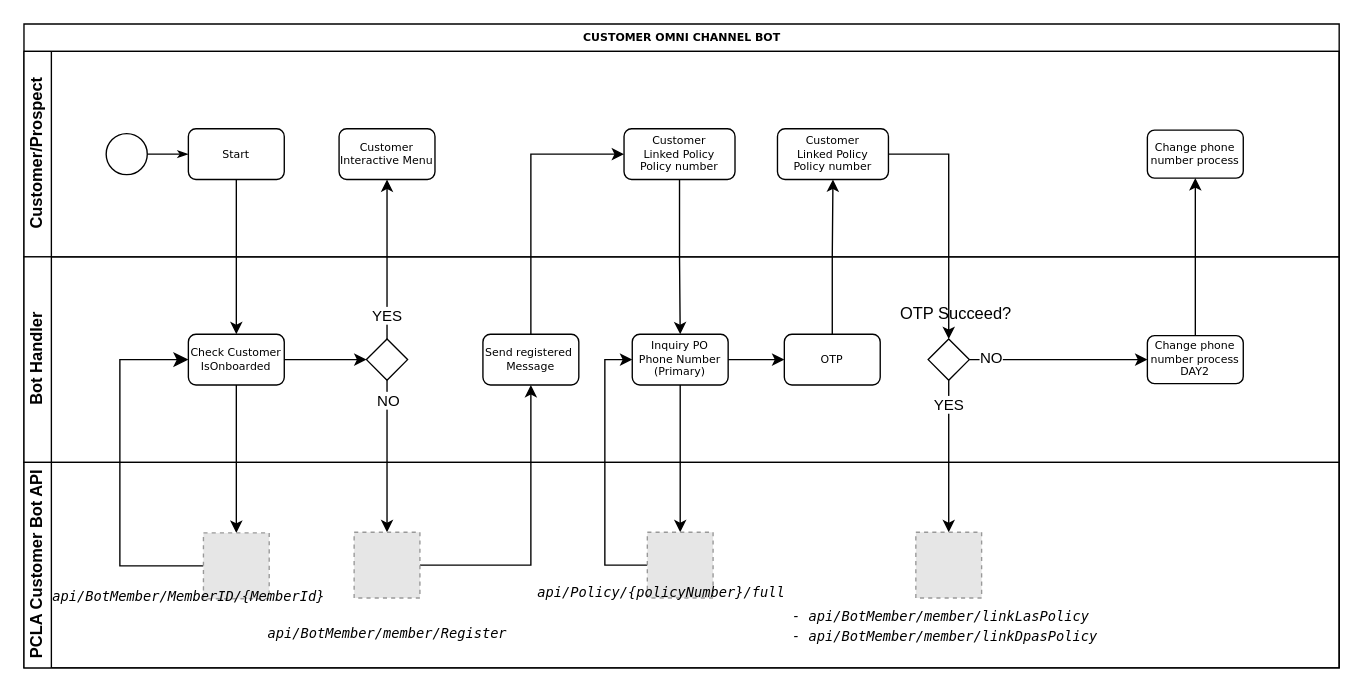
sovanminea/pru keeps this draw.io diagram as Customer Omni Channel Bot.drawio. Above is the earlier version. Source tidied: cells renumbered, new cells numbered last; positions are measured from the earlier drawing's top-left corner, leaving out a move shared by most shapes. Both pictures are drawn from the tidied source at 137%, with x=0, y=0 at pixel (23, 23). Pictures stored in the file or linked from it are replaced by grey dashed boxes.
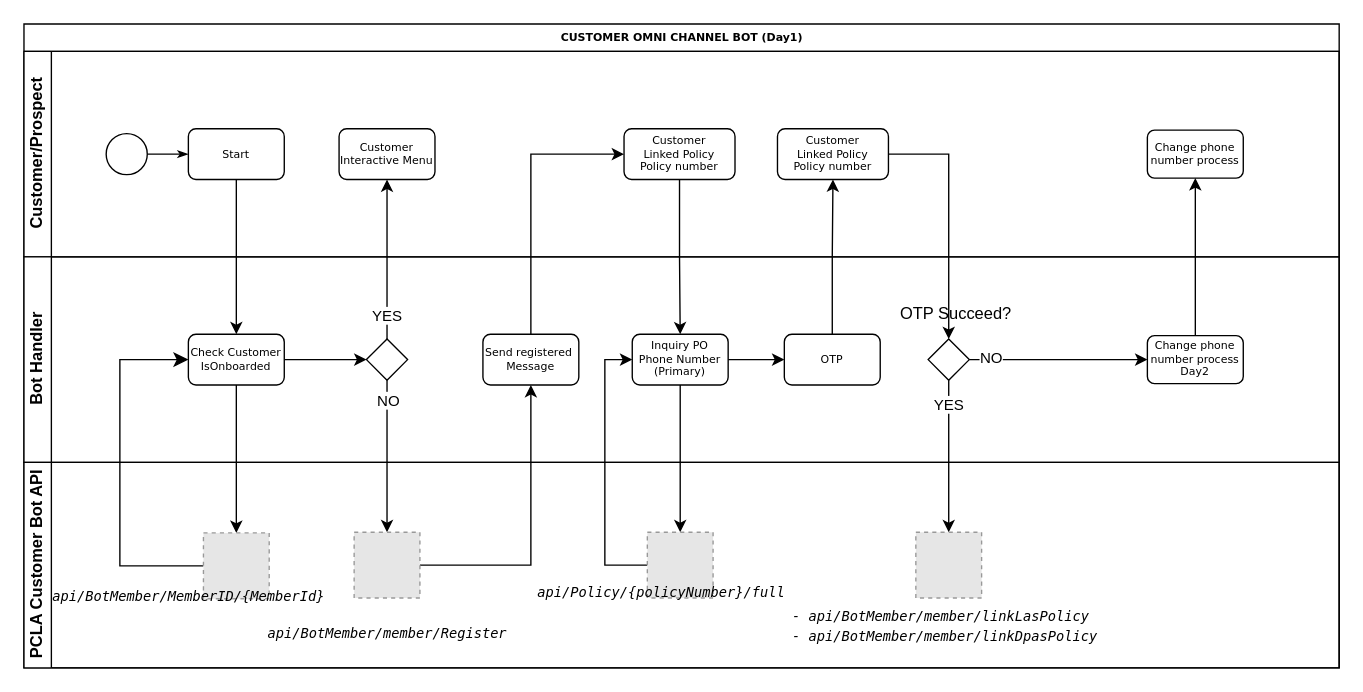
The same page after the edit.

The change refers to these unchanged cells:
```xml
<mxCell id="26" value="Bot Handler" style="swimlane;html=1;startSize=20;horizontal=0;" parent="2" vertex="1">
  <mxGeometry y="170" width="960" height="150" as="geometry" />
</mxCell>
```

Change to the diagram source:
```diff
@@
-    <mxCell id="2" value="CUSTOMER OMNI CHANNEL BOT" style="swimlane;html=1;horizontal=1;startSize=20;rounded=0;shadow=0;labelBackgroundColor=none;strokeWidth=1;fontFamily=Verdana;fontSize=8;align=center;" parent="1" vertex="1">
+    <mxCell id="2" value="CUSTOMER OMNI CHANNEL BOT (Day1)" style="swimlane;html=1;horizontal=1;startSize=20;rounded=0;shadow=0;labelBackgroundColor=none;strokeWidth=1;fontFamily=Verdana;fontSize=8;align=center;" parent="1" vertex="1">
       <mxGeometry width="960" height="470" as="geometry" />
     </mxCell>
@@
-    <mxCell id="38" value="Change phone number process&lt;br&gt;DAY2" style="whiteSpace=wrap;html=1;fontSize=8;fontFamily=Verdana;strokeWidth=1;rounded=1;shadow=0;labelBackgroundColor=none;" parent="26" vertex="1">
+    <mxCell id="38" value="Change phone number process&lt;br&gt;Day2" style="whiteSpace=wrap;html=1;fontSize=8;fontFamily=Verdana;strokeWidth=1;rounded=1;shadow=0;labelBackgroundColor=none;" parent="26" vertex="1">
       <mxGeometry x="820" y="57.5" width="70" height="35" as="geometry" />
     </mxCell>
```
